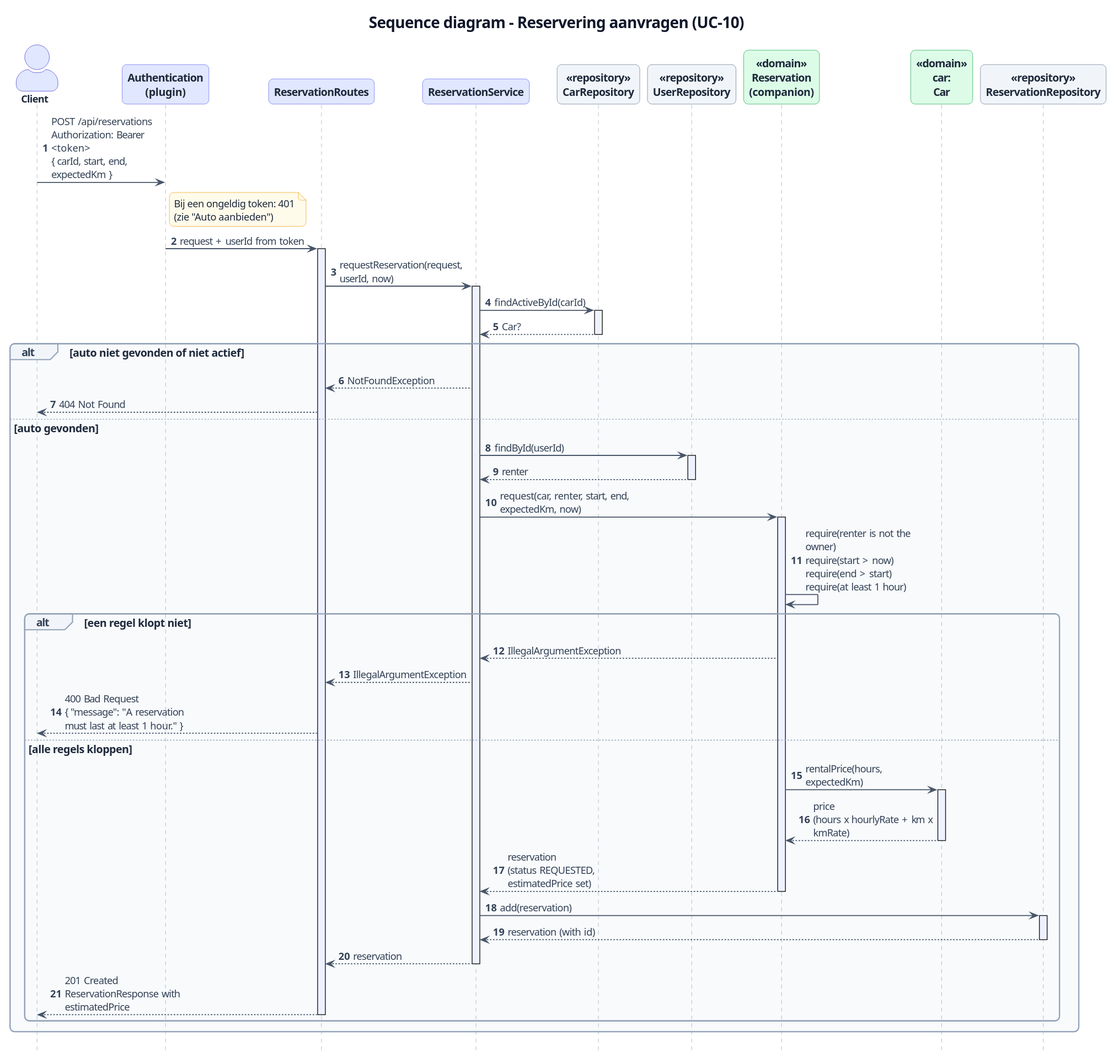
Earlier version of the PlantUML export docs/images/sequence-request-reservation.svg (ThimoHarte/RentMyCar).
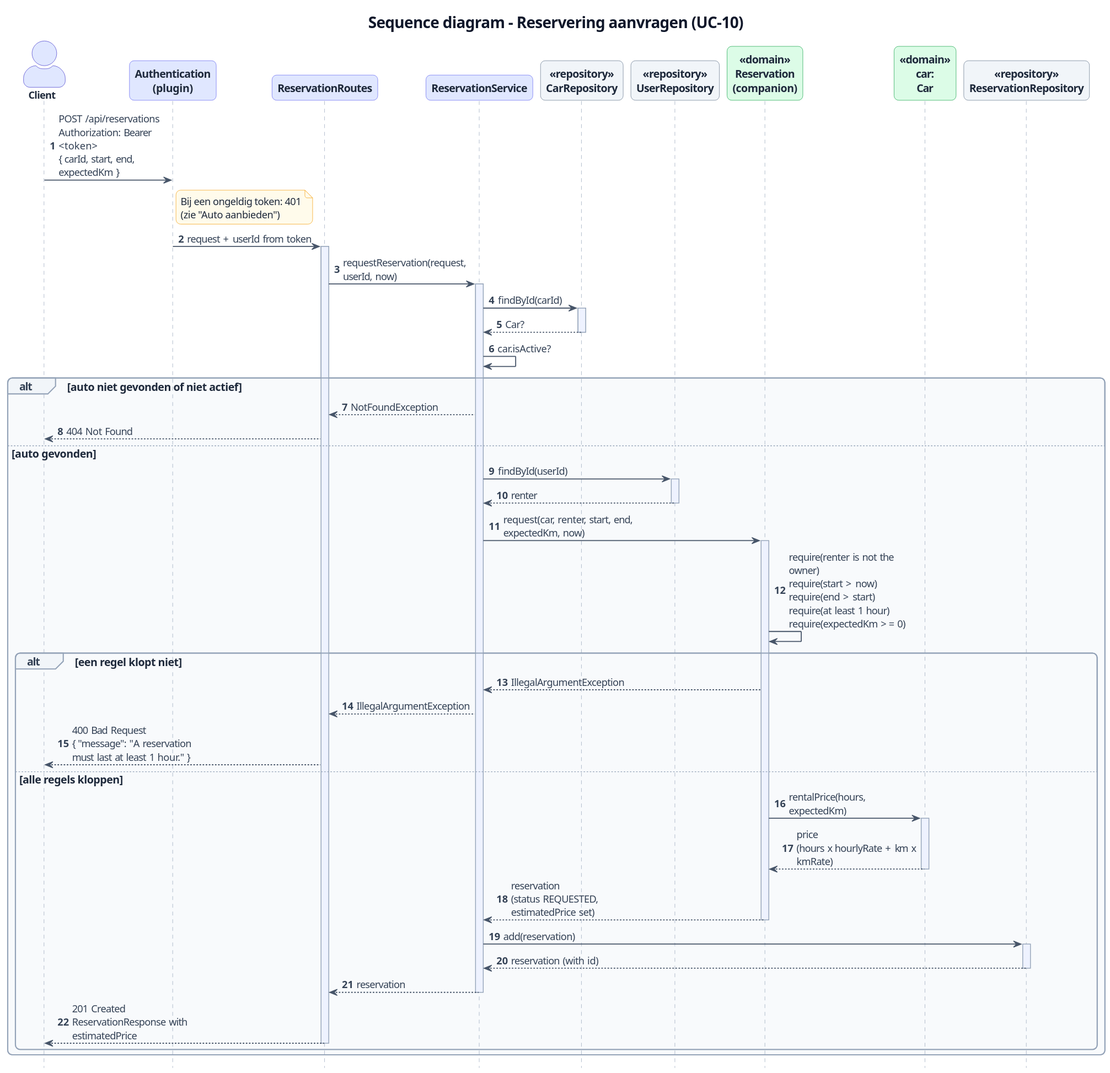
Above is the later version.

Change to the diagram source:
```diff
@@ -23,10 +23,11 @@
 routes -> service : requestReservation(request, userId, now)
 activate service
 
-service -> cars : findActiveById(carId)
+service -> cars : findById(carId)
 activate cars
 cars --> service : Car?
 deactivate cars
+service -> service : car.isActive?
 
 alt auto niet gevonden of niet actief
   service --> routes : NotFoundException
@@ -39,7 +40,7 @@
 
   service -> factory : request(car, renter, start, end, expectedKm, now)
   activate factory
-  factory -> factory : require(renter is not the owner)\nrequire(start > now)\nrequire(end > start)\nrequire(at least 1 hour)
+  factory -> factory : require(renter is not the owner)\nrequire(start > now)\nrequire(end > start)\nrequire(at least 1 hour)\nrequire(expectedKm >= 0)
 
   alt een regel klopt niet
     factory --> service : IllegalArgumentException
```
